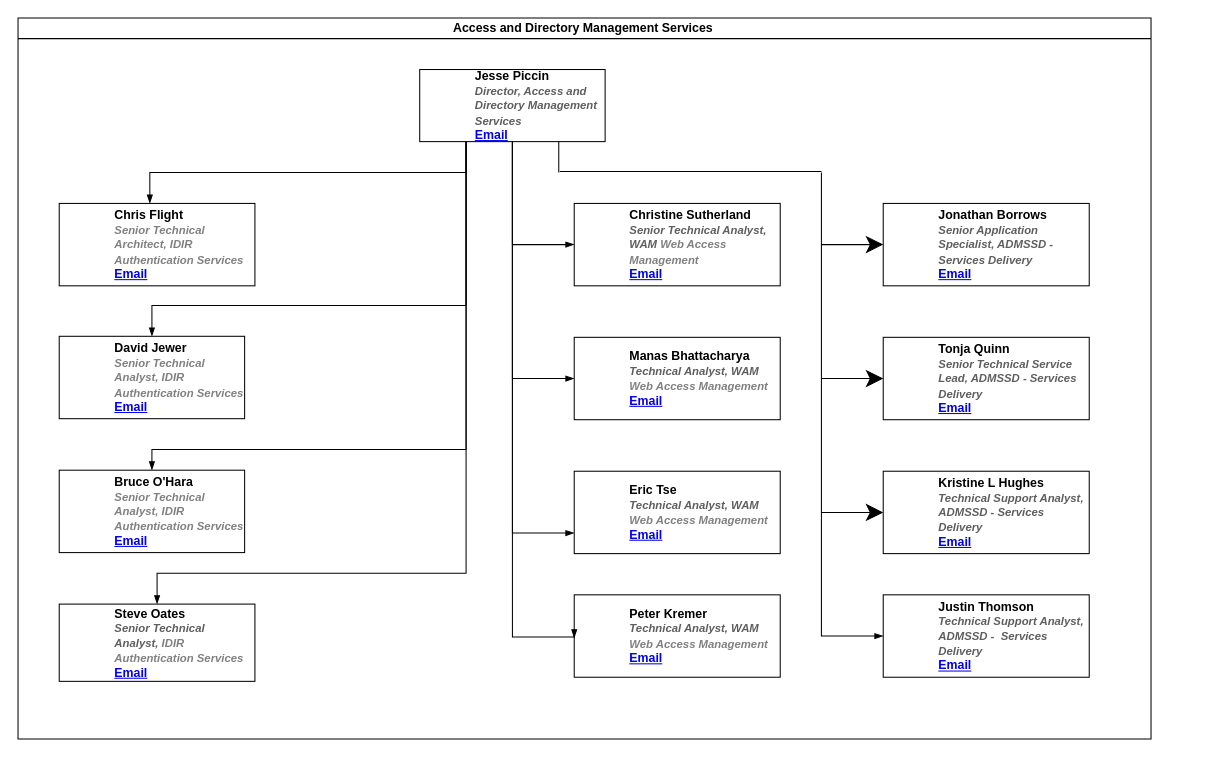
This is page "Access and Directory Management Services" (4 of 5) of Untitled Diagram.drawio from ThindK/myrepo, a draw.io file, before an edit. Source tidied: cells renumbered, new cells numbered last; positions are measured from the earlier drawing's top-left corner, leaving out a move shared by most shapes. Both pictures are drawn from the tidied source at 103%, with x=0, y=0 at pixel (18, 18).
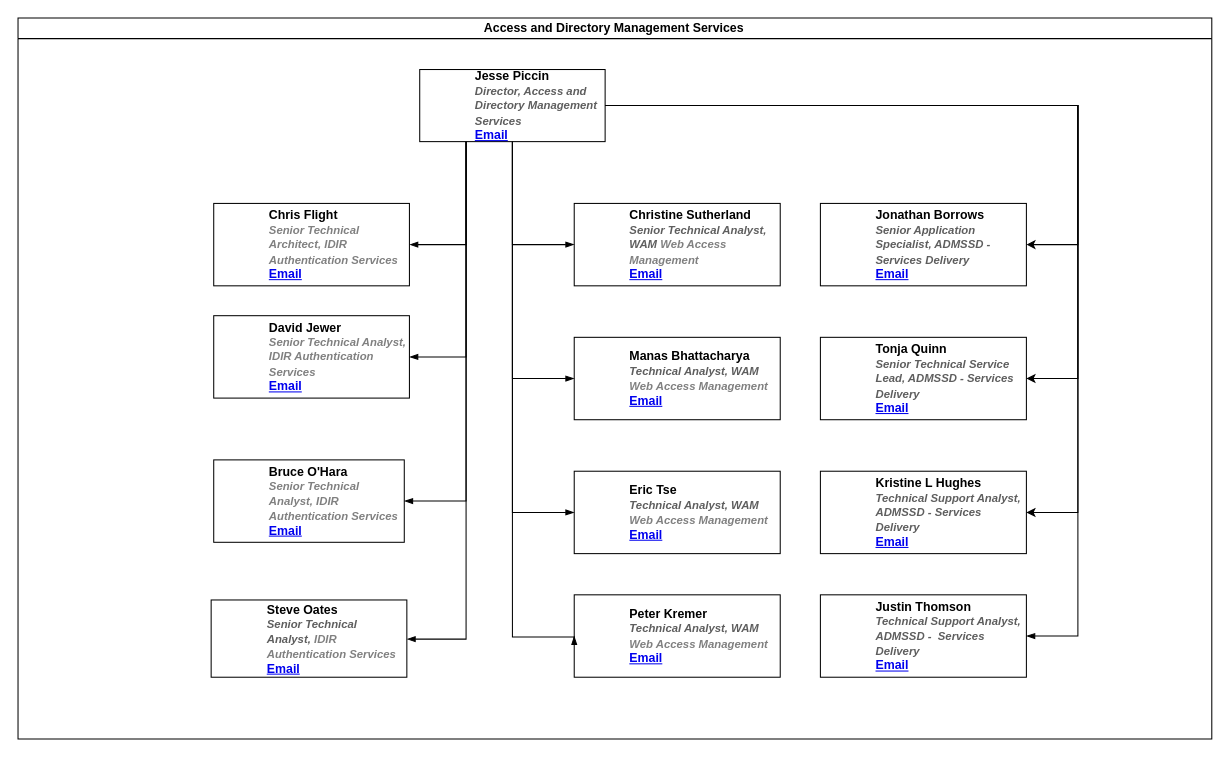
After the change.

Unchanged cells that the change refers to:
```xml
<object id="3" label="Jesse Piccin&lt;br&gt;&lt;i style=&quot;font-size: 11px&quot;&gt;&lt;font color=&quot;#5e5e5e&quot;&gt;Director, Access and Directory Management Services&lt;/font&gt;&lt;/i&gt;&lt;br&gt;&lt;a href=&quot;mailto:%email%&quot;&gt;Email&lt;/a&gt;" email="Jesse.Piccin@gov.bc.ca" placeholders="1">
  <mxCell style="label;whiteSpace=wrap;html=1;rounded=0;glass=0;" parent="2" vertex="1">
    <mxGeometry x="390" y="50" width="180" height="70" as="geometry" />
  </mxCell>
</object>
<mxCell id="9" value="&lt;font&gt;Eric Tse&amp;nbsp;&lt;br&gt;&lt;font color=&quot;#5e5e5e&quot; style=&quot;font-size: 11px&quot;&gt;&lt;i&gt;Technical Analyst, WAM &lt;/i&gt;&lt;/font&gt;&lt;/font&gt;&lt;font color=&quot;#808080&quot; style=&quot;font-size: 11px ; font-style: italic&quot;&gt;Web Access Management&lt;/font&gt;&lt;br&gt;&lt;a href=&quot;mailto:Jesse.Piccin@gov.bc.ca&quot;&gt;Email&lt;/a&gt;" style="label;whiteSpace=wrap;html=1;rounded=0;glass=0;" parent="2" vertex="1">
  <mxGeometry x="540" y="440" width="200" height="80" as="geometry" />
</mxCell>
<mxCell id="10" value="Peter Kremer&lt;br&gt;&lt;i style=&quot;font-size: 11px&quot;&gt;&lt;font color=&quot;#5e5e5e&quot;&gt;Technical Analyst, WAM &lt;/font&gt;&lt;font color=&quot;#808080&quot;&gt;Web Access Management&lt;/font&gt;&lt;/i&gt;&lt;br&gt;&lt;a href=&quot;mailto:Jesse.Piccin@gov.bc.ca&quot;&gt;Email&lt;/a&gt;" style="label;whiteSpace=wrap;html=1;rounded=0;glass=0;" parent="2" vertex="1">
  <mxGeometry x="540" y="560" width="200" height="80" as="geometry" />
</mxCell>
```

What changed in the source:
```diff
@@
     <mxCell id="2" value="Access and Directory Management Services&amp;nbsp;" style="swimlane;html=1;startSize=20;horizontal=1;containerType=tree;glass=0;" parent="1" vertex="1">
-      <mxGeometry width="1100" height="700" as="geometry" />
+      <mxGeometry width="1159" height="700" as="geometry" />
     </mxCell>
@@
-    <mxCell id="4" style="endArrow=blockThin;endFill=1;fontSize=11;edgeStyle=elbowEdgeStyle;elbow=vertical;rounded=0;entryX=0.463;entryY=0;entryDx=0;entryDy=0;entryPerimeter=0;exitX=0.25;exitY=1;exitDx=0;exitDy=0;" parent="2" edge="1" source="3" target="5">
-      <mxGeometry relative="1" as="geometry" />
+    <mxCell id="4" style="endArrow=blockThin;endFill=1;fontSize=11;edgeStyle=elbowEdgeStyle;elbow=vertical;rounded=0;exitX=0.25;exitY=1;exitDx=0;exitDy=0;entryX=1;entryY=0.5;entryDx=0;entryDy=0;" parent="2" edge="1" source="3" target="5">
+      <mxGeometry relative="1" as="geometry">
+        <Array as="points">
+          <mxPoint x="310" y="220" />
+        </Array>
+      </mxGeometry>
     </mxCell>
     <object id="5" label="Chris Flight&lt;br&gt;&lt;i style=&quot;color: gray ; font-size: 11px&quot;&gt;Senior Technical Architect, IDIR Authentication Services&lt;br&gt;&lt;/i&gt;&lt;a href=&quot;mailto:%email%&quot;&gt;Email&lt;/a&gt;" email="chris.flight@gov.bc.ca" placeholders="1">
       <mxCell style="label;whiteSpace=wrap;html=1;rounded=0;glass=0;" parent="2" vertex="1">
-        <mxGeometry x="40" y="180" width="190" height="80" as="geometry" />
+        <mxGeometry x="190" y="180" width="190" height="80" as="geometry" />
       </mxCell>
     </object>
@@
-    <mxCell id="12" style="endArrow=blockThin;endFill=1;fontSize=11;edgeStyle=elbowEdgeStyle;elbow=vertical;rounded=0;entryX=0;entryY=0.75;entryDx=0;entryDy=0;exitX=0.5;exitY=1;exitDx=0;exitDy=0;" parent="2" edge="1" source="3" target="9">
+    <mxCell id="12" style="endArrow=blockThin;endFill=1;fontSize=11;edgeStyle=elbowEdgeStyle;elbow=vertical;rounded=0;entryX=0;entryY=0.5;entryDx=0;entryDy=0;exitX=0.5;exitY=1;exitDx=0;exitDy=0;" parent="2" edge="1" source="3" target="9">
       <mxGeometry relative="1" as="geometry">
         <Array as="points">
-          <mxPoint x="480" y="500" />
+          <mxPoint x="509" y="480" />
         </Array>
       </mxGeometry>
     </mxCell>
     <mxCell id="13" value="Justin Thomson&lt;br&gt;&lt;i style=&quot;font-size: 11px&quot;&gt;&lt;font color=&quot;#5e5e5e&quot;&gt;Technical Support Analyst, ADMSSD -&amp;nbsp; Services Delivery&lt;/font&gt;&lt;/i&gt;&lt;br&gt;&lt;a href=&quot;mailto:Jesse.Piccin@gov.bc.ca&quot;&gt;Email&lt;/a&gt;" style="label;whiteSpace=wrap;html=1;rounded=0;glass=0;" parent="2" vertex="1">
-      <mxGeometry x="840" y="560" width="200" height="80" as="geometry" />
+      <mxGeometry x="779" y="560" width="200" height="80" as="geometry" />
     </mxCell>
-    <mxCell id="14" style="endArrow=blockThin;endFill=1;fontSize=11;edgeStyle=elbowEdgeStyle;elbow=vertical;rounded=0;" parent="2" edge="1" target="13">
+    <mxCell id="14" style="endArrow=blockThin;endFill=1;fontSize=11;edgeStyle=elbowEdgeStyle;elbow=vertical;rounded=0;exitX=1;exitY=0.5;exitDx=0;exitDy=0;" parent="2" edge="1" source="3" target="13">
       <mxGeometry relative="1" as="geometry">
-        <mxPoint x="780" y="150" as="sourcePoint" />
         <Array as="points">
-          <mxPoint x="770" y="600" />
+          <mxPoint x="1029" y="339" />
+          <mxPoint x="709" y="79" />
           <mxPoint x="770" y="400" />
           <mxPoint x="780" y="230" />
           <mxPoint x="820" y="150" />
           <mxPoint x="640" y="150" />
           <mxPoint x="780" y="560" />
         </Array>
       </mxGeometry>
     </mxCell>
-    <mxCell id="15" style="endArrow=none;html=1;startSize=14;endSize=14;sourcePerimeterSpacing=8;targetPerimeterSpacing=8;entryX=0.75;entryY=1;entryDx=0;entryDy=0;" parent="2" edge="1" target="3">
-      <mxGeometry relative="1" as="geometry">
-        <mxPoint x="525" y="150" as="sourcePoint" />
-      </mxGeometry>
-    </mxCell>
     <mxCell id="16" value="Jonathan Borrows&lt;br&gt;&lt;i style=&quot;font-size: 11px&quot;&gt;&lt;font color=&quot;#5e5e5e&quot;&gt;Senior Application Specialist, ADMSSD - Services Delivery&lt;/font&gt;&lt;/i&gt;&lt;br&gt;&lt;a href=&quot;mailto:Jesse.Piccin@gov.bc.ca&quot;&gt;Email&lt;/a&gt;" style="label;whiteSpace=wrap;html=1;rounded=0;glass=0;" parent="2" vertex="1">
-      <mxGeometry x="840" y="180" width="200" height="80" as="geometry" />
+      <mxGeometry x="779" y="180" width="200" height="80" as="geometry" />
     </mxCell>
     <mxCell id="17" value="Tonja Quinn&lt;br&gt;&lt;i style=&quot;font-size: 11px&quot;&gt;&lt;font color=&quot;#5e5e5e&quot;&gt;Senior Technical Service Lead, ADMSSD - Services Delivery&lt;/font&gt;&lt;/i&gt;&lt;br&gt;&lt;a href=&quot;mailto:Jesse.Piccin@gov.bc.ca&quot;&gt;Email&lt;/a&gt;" style="label;whiteSpace=wrap;html=1;rounded=0;glass=0;" parent="2" vertex="1">
-      <mxGeometry x="840" y="310" width="200" height="80" as="geometry" />
+      <mxGeometry x="779" y="310" width="200" height="80" as="geometry" />
     </mxCell>
     <mxCell id="18" value="Kristine L Hughes&lt;br&gt;&lt;i style=&quot;font-size: 11px&quot;&gt;&lt;font color=&quot;#5e5e5e&quot;&gt;Technical Support Analyst, ADMSSD - Services Delivery&lt;/font&gt;&lt;/i&gt;&lt;br&gt;&lt;a href=&quot;mailto:Jesse.Piccin@gov.bc.ca&quot;&gt;Email&lt;/a&gt;" style="label;whiteSpace=wrap;html=1;rounded=0;glass=0;" parent="2" vertex="1">
-      <mxGeometry x="840" y="440" width="200" height="80" as="geometry" />
+      <mxGeometry x="779" y="440" width="200" height="80" as="geometry" />
     </mxCell>
-    <mxCell id="19" style="endArrow=classic;html=1;startSize=14;endSize=14;sourcePerimeterSpacing=8;targetPerimeterSpacing=8;" parent="2" edge="1">
+    <mxCell id="19" style="endArrow=classic;html=1;startSize=6;endSize=6;sourcePerimeterSpacing=0;targetPerimeterSpacing=0;entryX=1;entryY=0.5;entryDx=0;entryDy=0;exitX=1;exitY=0.5;exitDx=0;exitDy=0;rounded=0;" parent="2" edge="1" source="3" target="17">
       <mxGeometry relative="1" as="geometry">
-        <mxPoint x="780" y="350" as="sourcePoint" />
-        <mxPoint x="840" y="350" as="targetPoint" />
+        <Array as="points">
+          <mxPoint x="1029" y="85" />
+          <mxPoint x="1029" y="350" />
+        </Array>
       </mxGeometry>
     </mxCell>
-    <mxCell id="20" style="endArrow=classic;html=1;startSize=14;endSize=14;sourcePerimeterSpacing=8;targetPerimeterSpacing=8;entryX=0;entryY=0.5;entryDx=0;entryDy=0;" parent="2" edge="1" target="18">
+    <mxCell id="20" style="endArrow=classic;html=1;startSize=6;endSize=6;sourcePerimeterSpacing=0;targetPerimeterSpacing=0;entryX=1;entryY=0.5;entryDx=0;entryDy=0;exitX=1;exitY=0.5;exitDx=0;exitDy=0;rounded=0;" parent="2" edge="1" source="3" target="18">
       <mxGeometry relative="1" as="geometry">
-        <mxPoint x="780" y="480" as="sourcePoint" />
+        <Array as="points">
+          <mxPoint x="1029" y="85" />
+          <mxPoint x="1029" y="480" />
+        </Array>
       </mxGeometry>
     </mxCell>
     <object id="21" label="David Jewer&lt;br&gt;&lt;i style=&quot;color: rgb(128 , 128 , 128) ; font-size: 11px&quot;&gt;Senior Technical Analyst, IDIR Authentication Services&lt;/i&gt;&lt;br&gt;&lt;a href=&quot;mailto:%email%&quot;&gt;Email&lt;/a&gt;" email="David.Jewer@gov.bc.ca" placeholders="1">
-      <mxCell style="label;whiteSpace=wrap;html=1;rounded=0;glass=0;" parent="1" vertex="1">
-        <mxGeometry x="40" y="309" width="180" height="80" as="geometry" />
+      <mxCell style="label;whiteSpace=wrap;html=1;rounded=0;glass=0;" parent="2" vertex="1">
+        <mxGeometry x="190" y="289" width="190" height="80" as="geometry" />
       </mxCell>
     </object>
+    <mxCell id="24" style="endArrow=blockThin;endFill=1;fontSize=11;edgeStyle=elbowEdgeStyle;elbow=vertical;rounded=0;exitX=0.25;exitY=1;exitDx=0;exitDy=0;entryX=1;entryY=0.5;entryDx=0;entryDy=0;" parent="2" edge="1" source="3" target="21">
+      <mxGeometry relative="1" as="geometry">
+        <Array as="points">
+          <mxPoint x="410" y="329" />
+          <mxPoint x="440" y="169" />
+          <mxPoint x="300" y="419" />
+        </Array>
+      </mxGeometry>
+    </mxCell>
+    <object id="23" label="Bruce O'Hara&lt;br&gt;&lt;i style=&quot;font-size: 11px ; color: gray&quot;&gt;Senior Technical Analyst,&amp;nbsp;&lt;/i&gt;&lt;i style=&quot;font-size: 11px ; color: rgb(128 , 128 , 128)&quot;&gt;IDIR Authentication Services&lt;/i&gt;&lt;br&gt;&lt;a href=&quot;mailto:%email%&quot;&gt;Email&lt;/a&gt;" email="Bruce.K.OHara@gov.bc.ca" placeholders="1">
+      <mxCell style="label;whiteSpace=wrap;html=1;rounded=0;glass=0;" parent="2" vertex="1">
+        <mxGeometry x="190" y="429" width="185" height="80" as="geometry" />
+      </mxCell>
+    </object>
-    <mxCell id="22" style="endArrow=blockThin;endFill=1;fontSize=11;edgeStyle=elbowEdgeStyle;elbow=vertical;rounded=0;exitX=0.25;exitY=1;exitDx=0;exitDy=0;entryX=0.5;entryY=0;entryDx=0;entryDy=0;" parent="1" edge="1" source="3" target="23">
+    <mxCell id="22" style="endArrow=blockThin;endFill=1;fontSize=11;edgeStyle=elbowEdgeStyle;elbow=vertical;rounded=0;exitX=0.25;exitY=1;exitDx=0;exitDy=0;entryX=1;entryY=0.5;entryDx=0;entryDy=0;" parent="2" edge="1" source="3" target="23">
       <mxGeometry relative="1" as="geometry">
         <Array as="points">
-          <mxPoint x="330" y="419" />
+          <mxPoint x="430" y="469" />
           <mxPoint x="320" y="279" />
         </Array>
       </mxGeometry>
     </mxCell>
-    <object id="23" label="Bruce O'Hara&lt;br&gt;&lt;i style=&quot;font-size: 11px ; color: gray&quot;&gt;Senior Technical Analyst,&amp;nbsp;&lt;/i&gt;&lt;i style=&quot;font-size: 11px ; color: rgb(128 , 128 , 128)&quot;&gt;IDIR Authentication Services&lt;/i&gt;&lt;br&gt;&lt;a href=&quot;mailto:%email%&quot;&gt;Email&lt;/a&gt;" email="Bruce.K.OHara@gov.bc.ca" placeholders="1">
-      <mxCell style="label;whiteSpace=wrap;html=1;rounded=0;glass=0;" parent="1" vertex="1">
-        <mxGeometry x="40" y="439" width="180" height="80" as="geometry" />
-      </mxCell>
-    </object>
-    <mxCell id="24" style="endArrow=blockThin;endFill=1;fontSize=11;edgeStyle=elbowEdgeStyle;elbow=vertical;rounded=0;exitX=0.25;exitY=1;exitDx=0;exitDy=0;" parent="1" edge="1" source="3">
-      <mxGeometry relative="1" as="geometry">
-        <mxPoint x="130" y="309" as="targetPoint" />
-        <Array as="points">
-          <mxPoint x="320" y="279" />
-          <mxPoint x="440" y="169" />
-          <mxPoint x="300" y="419" />
-        </Array>
-      </mxGeometry>
-    </mxCell>
-    <mxCell id="25" value="Steve Oates&lt;br&gt;&lt;i style=&quot;font-size: 11px&quot;&gt;&lt;font color=&quot;#5e5e5e&quot;&gt;Senior Technical Analyst,&amp;nbsp;&lt;/font&gt;&lt;/i&gt;&lt;i style=&quot;font-size: 11px ; color: rgb(128 , 128 , 128)&quot;&gt;IDIR Authentication Services&lt;/i&gt;&lt;br&gt;&lt;a href=&quot;mailto:Jesse.Piccin@gov.bc.ca&quot;&gt;Email&lt;/a&gt;" style="label;whiteSpace=wrap;html=1;rounded=0;glass=0;" parent="1" vertex="1">
-      <mxGeometry x="40" y="569" width="190" height="75" as="geometry" />
+    <mxCell id="25" value="Steve Oates&lt;br&gt;&lt;i style=&quot;font-size: 11px&quot;&gt;&lt;font color=&quot;#5e5e5e&quot;&gt;Senior Technical Analyst,&amp;nbsp;&lt;/font&gt;&lt;/i&gt;&lt;i style=&quot;font-size: 11px ; color: rgb(128 , 128 , 128)&quot;&gt;IDIR Authentication Services&lt;/i&gt;&lt;br&gt;&lt;a href=&quot;mailto:Jesse.Piccin@gov.bc.ca&quot;&gt;Email&lt;/a&gt;" style="label;whiteSpace=wrap;html=1;rounded=0;glass=0;" parent="2" vertex="1">
+      <mxGeometry x="187.5" y="565" width="190" height="75" as="geometry" />
     </mxCell>
-    <mxCell id="26" style="endArrow=blockThin;endFill=1;fontSize=11;edgeStyle=elbowEdgeStyle;elbow=vertical;rounded=0;entryX=0.5;entryY=0;entryDx=0;entryDy=0;exitX=0.25;exitY=1;exitDx=0;exitDy=0;" parent="1" edge="1" source="3" target="25">
+    <mxCell id="26" style="endArrow=blockThin;endFill=1;fontSize=11;edgeStyle=elbowEdgeStyle;elbow=vertical;rounded=0;entryX=1;entryY=0.5;entryDx=0;entryDy=0;exitX=0.25;exitY=1;exitDx=0;exitDy=0;" parent="2" edge="1" source="3" target="25">
       <mxGeometry relative="1" as="geometry">
         <Array as="points">
-          <mxPoint x="250" y="539" />
+          <mxPoint x="410" y="603" />
         </Array>
       </mxGeometry>
     </mxCell>
-    <mxCell id="27" style="endArrow=blockThin;endFill=1;fontSize=11;edgeStyle=elbowEdgeStyle;elbow=vertical;rounded=0;entryX=0;entryY=0.5;entryDx=0;entryDy=0;" parent="1" edge="1">
+    <mxCell id="27" style="endArrow=blockThin;endFill=1;fontSize=11;edgeStyle=elbowEdgeStyle;elbow=vertical;rounded=0;entryX=0;entryY=0.5;entryDx=0;entryDy=0;exitX=0.5;exitY=1;exitDx=0;exitDy=0;" parent="2" edge="1" source="3" target="10">
       <mxGeometry relative="1" as="geometry">
-        <mxPoint x="480" y="121" as="sourcePoint" />
-        <mxPoint x="540" y="602" as="targetPoint" />
         <Array as="points">
-          <mxPoint x="490" y="601" />
+          <mxPoint x="489" y="601" />
         </Array>
       </mxGeometry>
     </mxCell>
-    <mxCell id="28" style="endArrow=none;html=1;startSize=14;endSize=14;sourcePerimeterSpacing=8;targetPerimeterSpacing=8;" parent="1" edge="1">
-      <mxGeometry relative="1" as="geometry">
-        <mxPoint x="780" y="149" as="sourcePoint" />
-        <mxPoint x="526" y="149" as="targetPoint" />
-      </mxGeometry>
-    </mxCell>
-    <mxCell id="29" style="endArrow=classic;html=1;startSize=14;endSize=14;sourcePerimeterSpacing=8;targetPerimeterSpacing=8;entryX=0;entryY=0.5;entryDx=0;entryDy=0;" parent="1" edge="1" target="16">
+    <mxCell id="29" style="endArrow=classic;html=1;startSize=14;endSize=6;sourcePerimeterSpacing=8;targetPerimeterSpacing=0;entryX=1;entryY=0.5;entryDx=0;entryDy=0;exitX=1;exitY=0.5;exitDx=0;exitDy=0;rounded=0;" parent="2" edge="1" source="3" target="16">
       <mxGeometry relative="1" as="geometry">
-        <mxPoint x="780" y="220" as="sourcePoint" />
+        <Array as="points">
+          <mxPoint x="1029" y="85" />
+          <mxPoint x="1029" y="220" />
+        </Array>
       </mxGeometry>
     </mxCell>
```
